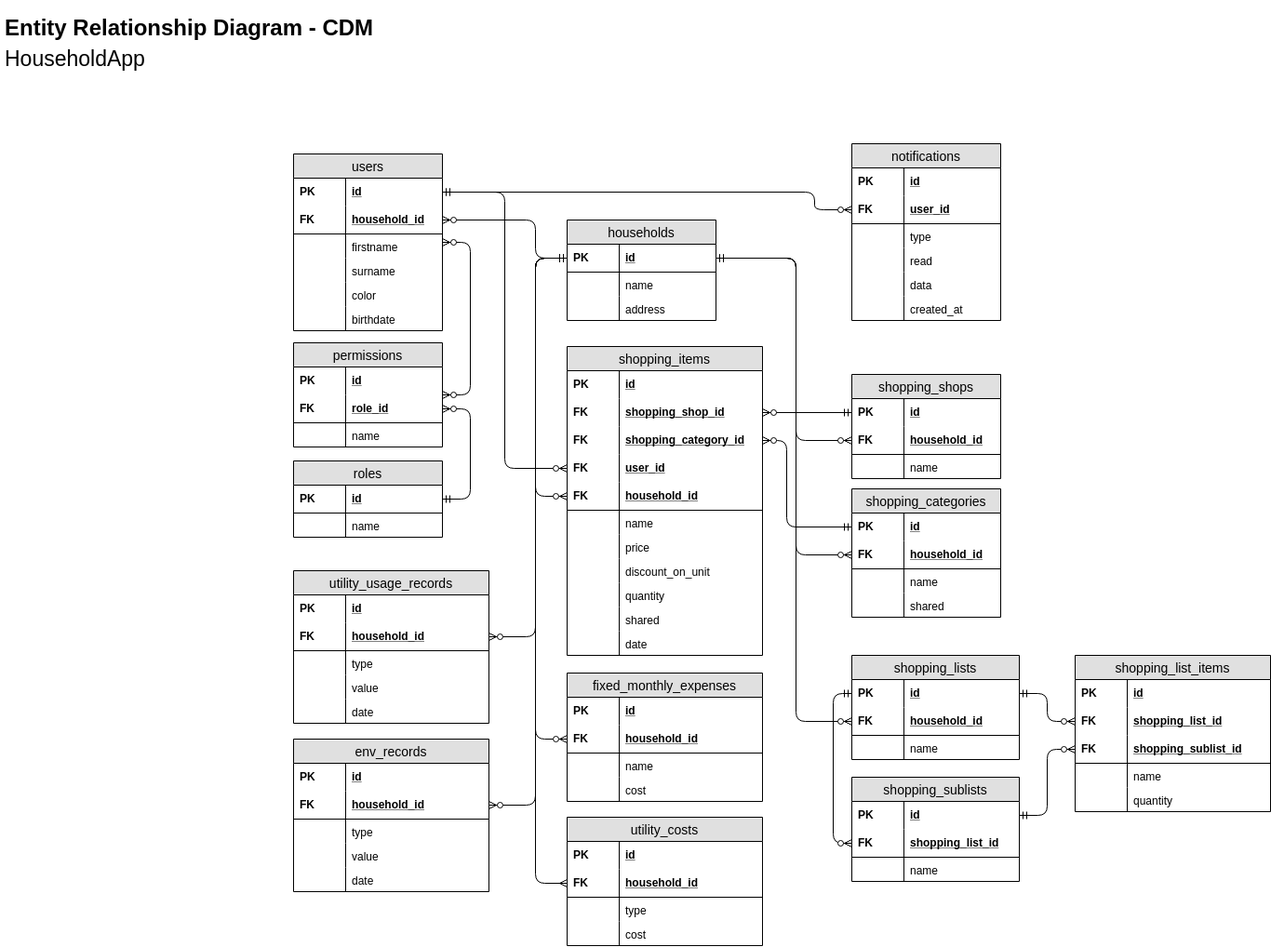
Above: docs/assets/ERD - CDM.png in damiankoper/dbProject1 (draw.io), before the change. Source tidied: cells renumbered, new cells last; positions are measured from the earlier drawing's top-left corner, leaving out a move shared by most shapes.
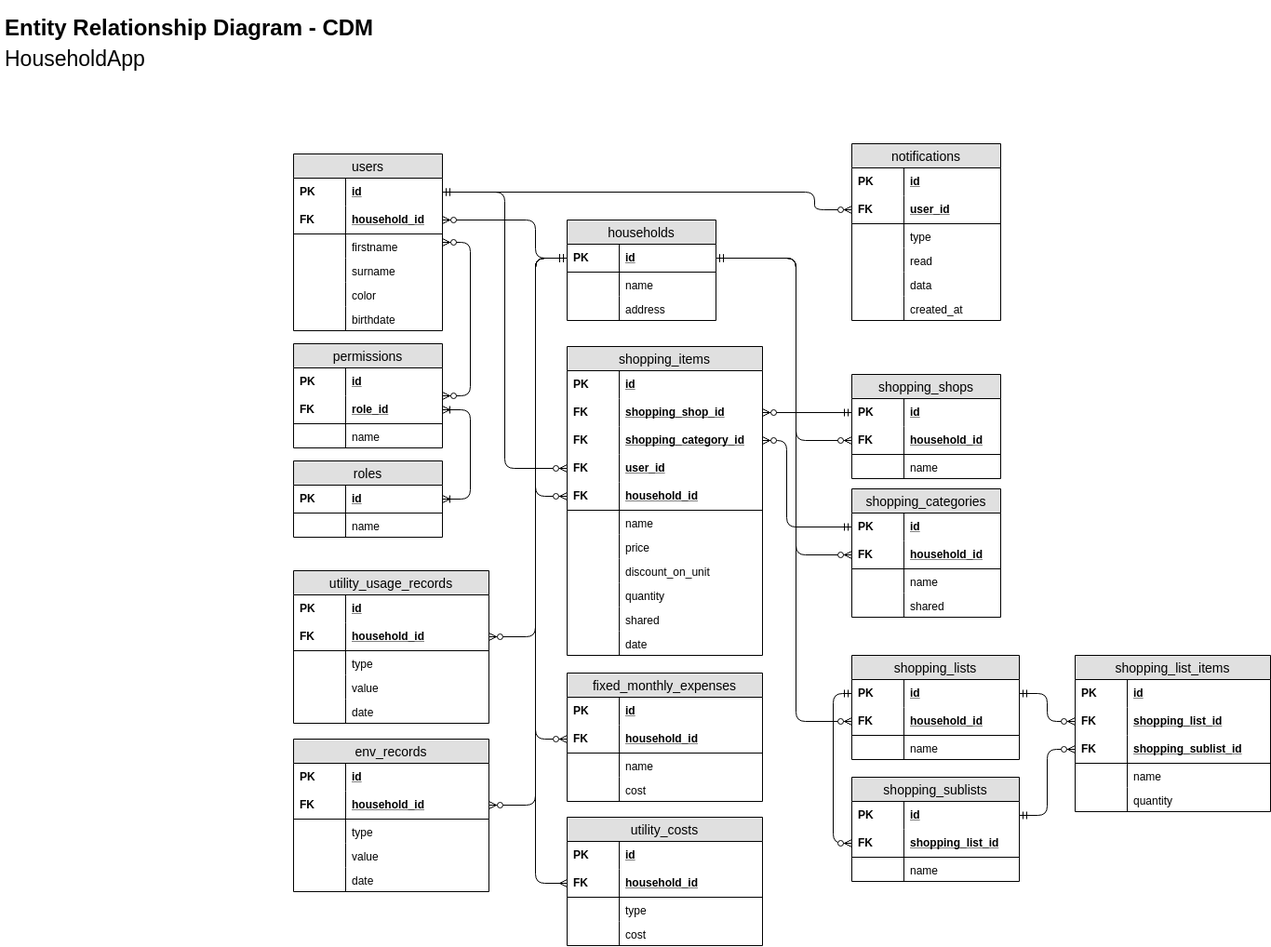
The same diagram one commit later.

The edit, as a diff of the source:
```diff
@@ -74,7 +74,7 @@
       </mxGeometry>
     </mxCell>
     <mxCell id="24" value="permissions" style="swimlane;fontStyle=0;horizontal=1;startSize=26;fillColor=#e0e0e0;swimlaneFillColor=#ffffff;align=center;fontSize=14;shadow=0;glass=0;comic=0;" parent="1" vertex="1">
-      <mxGeometry x="315" y="358" width="160" height="112" as="geometry" />
+      <mxGeometry x="315" y="359" width="160" height="112" as="geometry" />
     </mxCell>
     <mxCell id="25" value="id" style="shape=partialRectangle;top=0;left=0;right=0;bottom=0;align=left;verticalAlign=middle;fillColor=none;spacingLeft=60;spacingRight=4;overflow=hidden;fontStyle=5;fontSize=12;" parent="24" vertex="1">
       <mxGeometry y="26" width="160" height="30" as="geometry" />
@@ -109,7 +109,7 @@
     <mxCell id="35" style="shape=partialRectangle;top=0;left=0;bottom=0;fillColor=none;align=left;verticalAlign=top;spacingLeft=4;spacingRight=4;overflow=hidden;fontSize=12;" parent="34" vertex="1">
       <mxGeometry width="56" height="26" as="geometry" />
     </mxCell>
-    <mxCell id="36" style="edgeStyle=entityRelationEdgeStyle;fontSize=12;html=1;endArrow=ERzeroToMany;startArrow=ERmandOne;shadow=0;" parent="1" edge="1" source="32" target="27">
+    <mxCell id="36" style="edgeStyle=entityRelationEdgeStyle;fontSize=12;html=1;endArrow=ERoneToMany;startArrow=ERoneToMany;shadow=0;startFill=0;endFill=0;" parent="1" edge="1" source="32" target="27">
       <mxGeometry relative="1" as="geometry" />
     </mxCell>
     <mxCell id="37" style="edgeStyle=entityRelationEdgeStyle;fontSize=12;html=1;endArrow=ERzeroToMany;endFill=1;startArrow=ERzeroToMany;shadow=0;" parent="1" edge="1" source="3" target="24">
```
